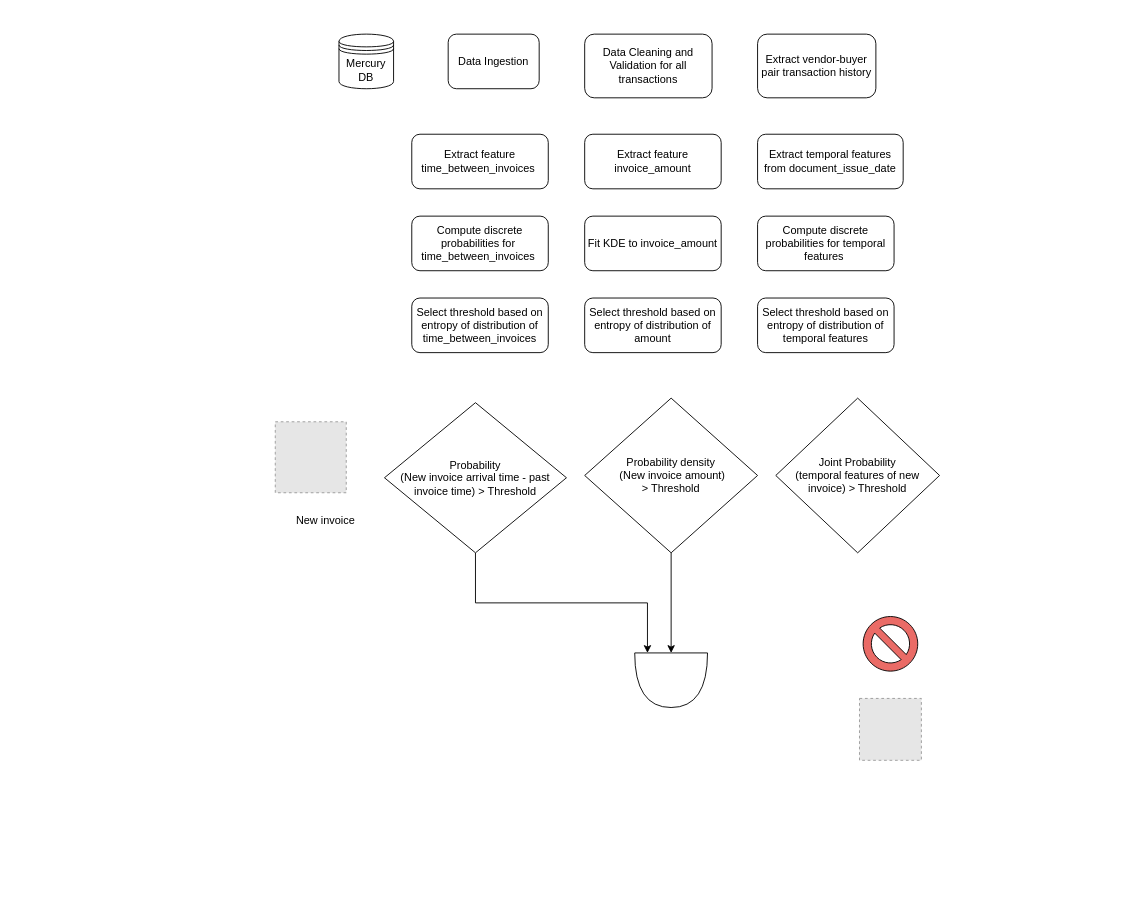
Earlier version of the draw.io diagram Untitled Diagram.drawio (sjster/draw.io). Source tidied: cells renumbered, new cells numbered last; positions are measured from the earlier drawing's top-left corner, leaving out a move shared by most shapes. Both pictures are drawn from the tidied source at 91%, with x=0, y=0 at pixel (275, 34). Pictures stored in the file or linked from it are replaced by grey dashed boxes.
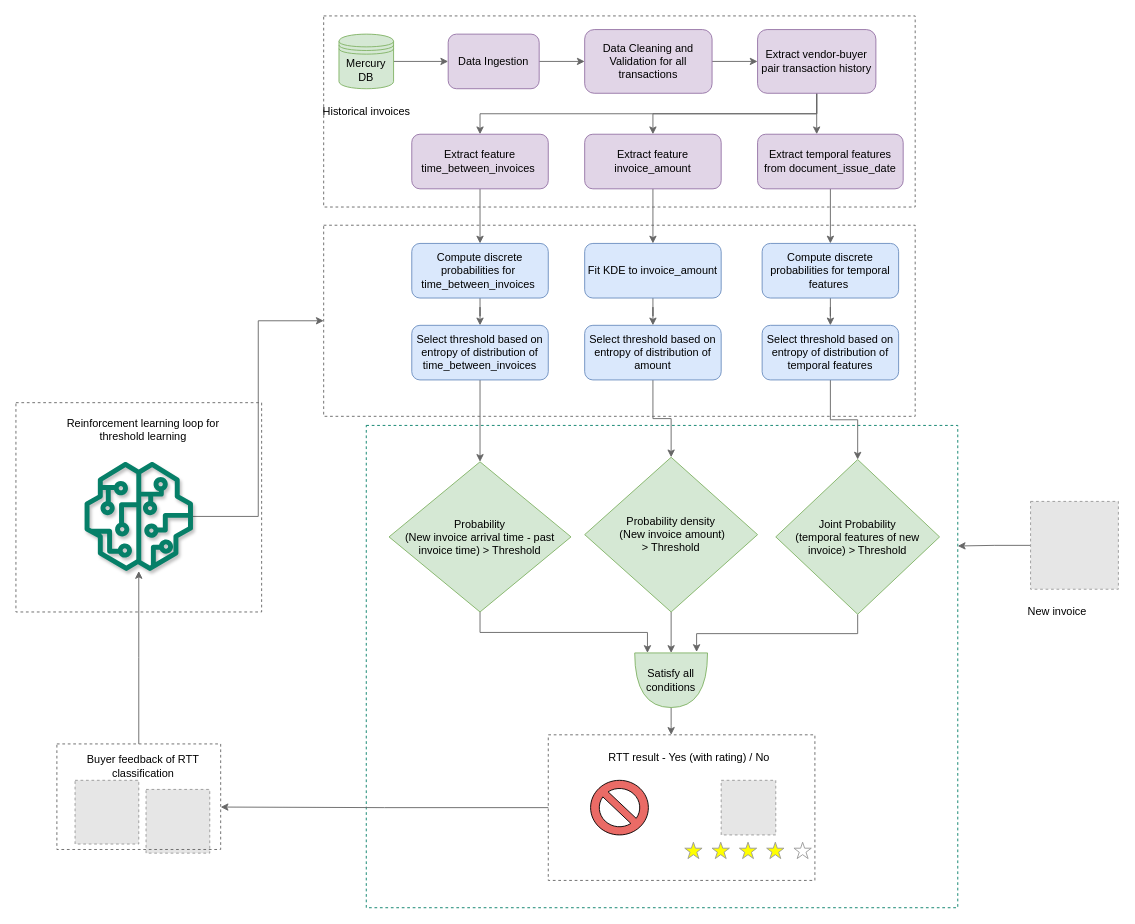
Above is the later version.

Change to the diagram source:
```diff
@@
+    <mxCell id="26" style="rounded=0;whiteSpace=wrap;html=1;dashed=1;labelBackgroundColor=none;strokeWidth=1;fillColor=none;strokeColor=#666666;" parent="1" vertex="1">
+      <mxGeometry x="53.2" y="-20" width="650" height="210" as="geometry" />
+    </mxCell>
+    <mxCell id="27" style="rounded=0;whiteSpace=wrap;html=1;dashed=1;labelBackgroundColor=none;strokeWidth=1;fillColor=none;strokeColor=#067F68;" parent="1" vertex="1">
+      <mxGeometry x="100" y="430" width="650" height="530" as="geometry" />
+    </mxCell>
+    <mxCell id="28" style="edgeStyle=orthogonalEdgeStyle;rounded=0;jettySize=auto;html=1;entryX=1;entryY=0.598;entryDx=0;entryDy=0;entryPerimeter=0;strokeColor=#666666;fontColor=#000000;" parent="1" edge="1" source="29" target="53">
+      <mxGeometry relative="1" as="geometry" />
+    </mxCell>
+    <mxCell id="29" style="rounded=0;whiteSpace=wrap;html=1;dashed=1;labelBackgroundColor=none;strokeWidth=1;fillColor=none;strokeColor=#666666;align=left;" parent="1" vertex="1">
+      <mxGeometry x="300" y="770" width="293" height="160" as="geometry" />
+    </mxCell>
+    <mxCell id="30" style="rounded=0;whiteSpace=wrap;html=1;dashed=1;labelBackgroundColor=none;strokeWidth=1;fillColor=none;strokeColor=#666666;" parent="1" vertex="1">
+      <mxGeometry x="53.2" y="210" width="650" height="210" as="geometry" />
+    </mxCell>
+    <mxCell id="31" style="edgeStyle=orthogonalEdgeStyle;rounded=0;jettySize=auto;html=1;entryX=0;entryY=0.5;entryDx=0;entryDy=0;strokeColor=#666666;fontColor=#000000;" parent="1" edge="1" source="2" target="4">
+      <mxGeometry relative="1" as="geometry" />
+    </mxCell>
-    <mxCell id="2" value="Data Ingestion" style="rounded=1;whiteSpace=wrap;html=1;" parent="1" vertex="1">
+    <mxCell id="2" value="Data Ingestion" style="rounded=1;whiteSpace=wrap;html=1;fillColor=#e1d5e7;strokeColor=#9673a6;" parent="1" vertex="1">
       <mxGeometry x="190" width="100" height="60" as="geometry" />
     </mxCell>
+    <mxCell id="32" style="edgeStyle=orthogonalEdgeStyle;rounded=0;jettySize=auto;html=1;strokeColor=#666666;fontColor=#000000;" parent="1" edge="1" source="3" target="2">
+      <mxGeometry relative="1" as="geometry" />
+    </mxCell>
-    <mxCell id="3" value="Mercury DB" style="shape=datastore;whiteSpace=wrap;html=1;" parent="1" vertex="1">
+    <mxCell id="3" value="Mercury DB" style="shape=datastore;whiteSpace=wrap;html=1;fillColor=#d5e8d4;strokeColor=#82b366;" parent="1" vertex="1">
       <mxGeometry x="70" width="60" height="60" as="geometry" />
     </mxCell>
+    <mxCell id="33" style="edgeStyle=orthogonalEdgeStyle;rounded=0;jettySize=auto;html=1;entryX=0;entryY=0.5;entryDx=0;entryDy=0;strokeColor=#666666;fontColor=#000000;" parent="1" edge="1" source="4" target="5">
+      <mxGeometry relative="1" as="geometry" />
+    </mxCell>
-    <mxCell id="4" value="Data Cleaning and Validation for all transactions" style="rounded=1;whiteSpace=wrap;html=1;" parent="1" vertex="1">
-      <mxGeometry x="340" width="140" height="70" as="geometry" />
+    <mxCell id="4" value="Data Cleaning and Validation for all transactions" style="rounded=1;whiteSpace=wrap;html=1;fillColor=#e1d5e7;strokeColor=#9673a6;" parent="1" vertex="1">
+      <mxGeometry x="340" y="-5" width="140" height="70" as="geometry" />
     </mxCell>
+    <mxCell id="34" style="edgeStyle=orthogonalEdgeStyle;rounded=0;jettySize=auto;html=1;entryX=0.406;entryY=0;entryDx=0;entryDy=0;entryPerimeter=0;strokeColor=#666666;fontColor=#000000;" parent="1" edge="1" source="5" target="7">
+      <mxGeometry relative="1" as="geometry" />
+    </mxCell>
+    <mxCell id="35" style="edgeStyle=orthogonalEdgeStyle;rounded=0;jettySize=auto;html=1;exitX=0.5;exitY=1;exitDx=0;exitDy=0;strokeColor=#666666;fontColor=#000000;" parent="1" edge="1" source="5" target="6">
+      <mxGeometry relative="1" as="geometry" />
+    </mxCell>
+    <mxCell id="36" style="edgeStyle=orthogonalEdgeStyle;rounded=0;jettySize=auto;html=1;exitX=0.5;exitY=1;exitDx=0;exitDy=0;entryX=0.5;entryY=0;entryDx=0;entryDy=0;strokeColor=#666666;fontColor=#000000;" parent="1" edge="1" source="5" target="9">
+      <mxGeometry relative="1" as="geometry" />
+    </mxCell>
-    <mxCell id="5" value="Extract vendor-buyer pair transaction history" style="rounded=1;whiteSpace=wrap;html=1;" parent="1" vertex="1">
-      <mxGeometry x="530" width="130" height="70" as="geometry" />
+    <mxCell id="5" value="Extract vendor-buyer pair transaction history" style="rounded=1;whiteSpace=wrap;html=1;fillColor=#e1d5e7;strokeColor=#9673a6;" parent="1" vertex="1">
+      <mxGeometry x="530" y="-5" width="130" height="70" as="geometry" />
     </mxCell>
+    <mxCell id="37" style="edgeStyle=orthogonalEdgeStyle;rounded=0;jettySize=auto;html=1;entryX=0.5;entryY=0;entryDx=0;entryDy=0;strokeColor=#666666;fontColor=#000000;" parent="1" edge="1" source="6" target="10">
+      <mxGeometry relative="1" as="geometry" />
+    </mxCell>
-    <mxCell id="6" value="Extract feature time_between_invoices&amp;nbsp;" style="rounded=1;whiteSpace=wrap;html=1;" parent="1" vertex="1">
+    <mxCell id="6" value="Extract feature time_between_invoices&amp;nbsp;" style="rounded=1;whiteSpace=wrap;html=1;fillColor=#e1d5e7;strokeColor=#9673a6;" parent="1" vertex="1">
       <mxGeometry x="150" y="110" width="150" height="60" as="geometry" />
     </mxCell>
+    <mxCell id="38" style="edgeStyle=orthogonalEdgeStyle;rounded=0;jettySize=auto;html=1;entryX=0.5;entryY=0;entryDx=0;entryDy=0;strokeColor=#666666;fontColor=#000000;" parent="1" edge="1" source="7" target="11">
+      <mxGeometry relative="1" as="geometry" />
+    </mxCell>
-    <mxCell id="7" value="Extract temporal features from document_issue_date" style="rounded=1;whiteSpace=wrap;html=1;" parent="1" vertex="1">
+    <mxCell id="7" value="Extract temporal features from document_issue_date" style="rounded=1;whiteSpace=wrap;html=1;fillColor=#e1d5e7;strokeColor=#9673a6;" parent="1" vertex="1">
       <mxGeometry x="530" y="110" width="160" height="60" as="geometry" />
     </mxCell>
+    <mxCell id="39" style="edgeStyle=orthogonalEdgeStyle;rounded=0;jettySize=auto;html=1;strokeColor=#666666;fontColor=#000000;" parent="1" edge="1" source="8" target="14">
+      <mxGeometry relative="1" as="geometry" />
+    </mxCell>
-    <mxCell id="8" value="Fit KDE to invoice_amount" style="rounded=1;whiteSpace=wrap;html=1;" parent="1" vertex="1">
-      <mxGeometry x="340" y="200" width="150" height="60" as="geometry" />
+    <mxCell id="8" value="Fit KDE to invoice_amount" style="rounded=1;whiteSpace=wrap;html=1;fillColor=#dae8fc;strokeColor=#6c8ebf;" parent="1" vertex="1">
+      <mxGeometry x="340" y="230" width="150" height="60" as="geometry" />
     </mxCell>
+    <mxCell id="40" style="edgeStyle=orthogonalEdgeStyle;rounded=0;jettySize=auto;html=1;entryX=0.5;entryY=0;entryDx=0;entryDy=0;strokeColor=#666666;fontColor=#000000;" parent="1" edge="1" source="9" target="8">
+      <mxGeometry relative="1" as="geometry" />
+    </mxCell>
-    <mxCell id="9" value="Extract feature invoice_amount" style="rounded=1;whiteSpace=wrap;html=1;" parent="1" vertex="1">
+    <mxCell id="9" value="Extract feature invoice_amount" style="rounded=1;whiteSpace=wrap;html=1;fillColor=#e1d5e7;strokeColor=#9673a6;" parent="1" vertex="1">
       <mxGeometry x="340" y="110" width="150" height="60" as="geometry" />
     </mxCell>
+    <mxCell id="41" style="edgeStyle=orthogonalEdgeStyle;rounded=0;jettySize=auto;html=1;entryX=0.5;entryY=0;entryDx=0;entryDy=0;strokeColor=#666666;fontColor=#000000;" parent="1" edge="1" source="10" target="12">
+      <mxGeometry relative="1" as="geometry" />
+    </mxCell>
-    <mxCell id="10" value="Compute discrete probabilities for&amp;nbsp; time_between_invoices&amp;nbsp;" style="rounded=1;whiteSpace=wrap;html=1;" parent="1" vertex="1">
-      <mxGeometry x="150" y="200" width="150" height="60" as="geometry" />
+    <mxCell id="10" value="Compute discrete probabilities for&amp;nbsp; time_between_invoices&amp;nbsp;" style="rounded=1;whiteSpace=wrap;html=1;fillColor=#dae8fc;strokeColor=#6c8ebf;" parent="1" vertex="1">
+      <mxGeometry x="150" y="230" width="150" height="60" as="geometry" />
     </mxCell>
+    <mxCell id="42" style="edgeStyle=orthogonalEdgeStyle;rounded=0;jettySize=auto;html=1;strokeColor=#666666;fontColor=#000000;" parent="1" edge="1" source="11" target="13">
+      <mxGeometry relative="1" as="geometry" />
+    </mxCell>
-    <mxCell id="11" value="Compute discrete probabilities for temporal features&amp;nbsp;" style="rounded=1;whiteSpace=wrap;html=1;" parent="1" vertex="1">
-      <mxGeometry x="530" y="200" width="150" height="60" as="geometry" />
+    <mxCell id="11" value="Compute discrete probabilities for temporal features&amp;nbsp;" style="rounded=1;whiteSpace=wrap;html=1;fillColor=#dae8fc;strokeColor=#6c8ebf;" parent="1" vertex="1">
+      <mxGeometry x="535" y="230" width="150" height="60" as="geometry" />
     </mxCell>
+    <mxCell id="43" style="edgeStyle=orthogonalEdgeStyle;rounded=0;jettySize=auto;html=1;entryX=0.5;entryY=0;entryDx=0;entryDy=0;strokeColor=#666666;fontColor=#000000;" parent="1" edge="1" source="12" target="16">
+      <mxGeometry relative="1" as="geometry" />
+    </mxCell>
-    <mxCell id="12" value="Select threshold based on entropy of distribution of time_between_invoices" style="rounded=1;whiteSpace=wrap;html=1;" parent="1" vertex="1">
-      <mxGeometry x="150" y="290" width="150" height="60" as="geometry" />
+    <mxCell id="12" value="Select threshold based on entropy of distribution of time_between_invoices" style="rounded=1;whiteSpace=wrap;html=1;fillColor=#dae8fc;strokeColor=#6c8ebf;" parent="1" vertex="1">
+      <mxGeometry x="150" y="320" width="150" height="60" as="geometry" />
     </mxCell>
+    <mxCell id="44" style="edgeStyle=orthogonalEdgeStyle;rounded=0;jettySize=auto;html=1;entryX=0.5;entryY=0;entryDx=0;entryDy=0;strokeColor=#666666;fontColor=#000000;" parent="1" edge="1" source="13" target="17">
+      <mxGeometry relative="1" as="geometry" />
+    </mxCell>
-    <mxCell id="13" value="Select threshold based on entropy of distribution of temporal features" style="rounded=1;whiteSpace=wrap;html=1;" parent="1" vertex="1">
-      <mxGeometry x="530" y="290" width="150" height="60" as="geometry" />
+    <mxCell id="13" value="Select threshold based on entropy of distribution of temporal features" style="rounded=1;whiteSpace=wrap;html=1;fillColor=#dae8fc;strokeColor=#6c8ebf;" parent="1" vertex="1">
+      <mxGeometry x="535" y="320" width="150" height="60" as="geometry" />
     </mxCell>
+    <mxCell id="45" style="edgeStyle=orthogonalEdgeStyle;rounded=0;jettySize=auto;html=1;strokeColor=#666666;fontColor=#000000;" parent="1" edge="1" source="14" target="19">
+      <mxGeometry relative="1" as="geometry" />
+    </mxCell>
-    <mxCell id="14" value="Select threshold based on entropy of distribution of amount" style="rounded=1;whiteSpace=wrap;html=1;" parent="1" vertex="1">
-      <mxGeometry x="340" y="290" width="150" height="60" as="geometry" />
+    <mxCell id="14" value="Select threshold based on entropy of distribution of amount" style="rounded=1;whiteSpace=wrap;html=1;fillColor=#dae8fc;strokeColor=#6c8ebf;" parent="1" vertex="1">
+      <mxGeometry x="340" y="320" width="150" height="60" as="geometry" />
     </mxCell>
-    <mxCell id="15" style="edgeStyle=orthogonalEdgeStyle;rounded=0;jettySize=auto;html=1;exitX=0.5;exitY=1;exitDx=0;exitDy=0;entryX=0;entryY=0.825;entryDx=0;entryDy=0;entryPerimeter=0;" parent="1" edge="1" source="16" target="23">
+    <mxCell id="15" style="edgeStyle=orthogonalEdgeStyle;rounded=0;jettySize=auto;html=1;exitX=0.5;exitY=1;exitDx=0;exitDy=0;entryX=0;entryY=0.825;entryDx=0;entryDy=0;entryPerimeter=0;strokeColor=#666666;" parent="1" edge="1" source="16" target="23">
       <mxGeometry relative="1" as="geometry" />
     </mxCell>
-    <mxCell id="16" value="Probability&lt;br&gt;(New invoice arrival time - past invoice time) &amp;gt; Threshold" style="rhombus;whiteSpace=wrap;html=1;" parent="1" vertex="1">
-      <mxGeometry x="120" y="405" width="200" height="165" as="geometry" />
+    <mxCell id="16" value="Probability&lt;br&gt;(New invoice arrival time - past invoice time) &amp;gt; Threshold" style="rhombus;whiteSpace=wrap;html=1;fillColor=#d5e8d4;strokeColor=#82b366;" parent="1" vertex="1">
+      <mxGeometry x="125" y="470" width="200" height="165" as="geometry" />
     </mxCell>
+    <mxCell id="46" style="edgeStyle=orthogonalEdgeStyle;rounded=0;jettySize=auto;html=1;exitX=0.5;exitY=1;exitDx=0;exitDy=0;entryX=-0.017;entryY=0.15;entryDx=0;entryDy=0;entryPerimeter=0;strokeColor=#666666;" parent="1" edge="1" source="17" target="23">
+      <mxGeometry relative="1" as="geometry" />
+    </mxCell>
-    <mxCell id="17" value="Joint Probability&lt;br&gt;(temporal features of new invoice) &amp;gt; Threshold" style="rhombus;whiteSpace=wrap;html=1;" parent="1" vertex="1">
-      <mxGeometry x="550" y="400" width="180" height="170" as="geometry" />
+    <mxCell id="17" value="Joint Probability&lt;br&gt;(temporal features of new invoice) &amp;gt; Threshold" style="rhombus;whiteSpace=wrap;html=1;fillColor=#d5e8d4;strokeColor=#82b366;" parent="1" vertex="1">
+      <mxGeometry x="550" y="467.5" width="180" height="170" as="geometry" />
     </mxCell>
-    <mxCell id="18" style="edgeStyle=orthogonalEdgeStyle;rounded=0;jettySize=auto;html=1;exitX=0.5;exitY=1;exitDx=0;exitDy=0;entryX=0;entryY=0.5;entryDx=0;entryDy=0;entryPerimeter=0;" parent="1" edge="1" source="19" target="23">
+    <mxCell id="18" style="edgeStyle=orthogonalEdgeStyle;rounded=0;jettySize=auto;html=1;exitX=0.5;exitY=1;exitDx=0;exitDy=0;entryX=0;entryY=0.5;entryDx=0;entryDy=0;entryPerimeter=0;strokeColor=#666666;" parent="1" edge="1" source="19" target="23">
       <mxGeometry relative="1" as="geometry" />
     </mxCell>
-    <mxCell id="19" value="Probability density&lt;br&gt;&amp;nbsp;(New invoice amount) &lt;br&gt;&amp;gt; Threshold" style="rhombus;whiteSpace=wrap;html=1;" parent="1" vertex="1">
-      <mxGeometry x="340" y="400" width="190" height="170" as="geometry" />
+    <mxCell id="19" value="Probability density&lt;br&gt;&amp;nbsp;(New invoice amount) &lt;br&gt;&amp;gt; Threshold" style="rhombus;whiteSpace=wrap;html=1;fillColor=#d5e8d4;strokeColor=#82b366;" parent="1" vertex="1">
+      <mxGeometry x="340" y="465" width="190" height="170" as="geometry" />
     </mxCell>
-    <mxCell id="20" style="fillColor=#E6E6E6;strokeColor=#999999;dashed=1;html=1;verticalAlign=top;verticalLabelPosition=bottom;labelBackgroundColor=#ffffff;" parent="1" vertex="1">
-      <mxGeometry y="426" width="78" height="78" as="geometry" />
-    </mxCell>
     <mxCell id="21" value="New invoice" style="text;html=1;align=center;verticalAlign=middle;strokeColor=none;fillColor=none;" parent="1" vertex="1">
-      <mxGeometry x="10" y="520" width="90" height="30" as="geometry" />
+      <mxGeometry x="814" y="620" width="90" height="30" as="geometry" />
     </mxCell>
@@
+    <mxCell id="47" style="edgeStyle=orthogonalEdgeStyle;rounded=0;jettySize=auto;html=1;entryX=0.461;entryY=0;entryDx=0;entryDy=0;entryPerimeter=0;strokeColor=#666666;fontColor=#000000;" parent="1" edge="1" source="23" target="29">
+      <mxGeometry relative="1" as="geometry" />
+    </mxCell>
-    <mxCell id="23" style="shape=or;whiteSpace=wrap;html=1;direction=south;" parent="1" vertex="1">
+    <mxCell id="23" value="Satisfy all conditions" style="shape=or;whiteSpace=wrap;html=1;direction=south;fillColor=#d5e8d4;strokeColor=#82b366;" parent="1" vertex="1">
       <mxGeometry x="395" y="680" width="80" height="60" as="geometry" />
     </mxCell>
-    <mxCell id="24" style="verticalLabelPosition=bottom;verticalAlign=top;html=1;shape=mxgraph.basic.no_symbol;fillColor=#EA6B66;" parent="1" vertex="1">
-      <mxGeometry x="646" y="640" width="60" height="60" as="geometry" />
-    </mxCell>
     <mxCell id="25" style="fillColor=#E6E6E6;strokeColor=#999999;dashed=1;html=1;verticalAlign=top;verticalLabelPosition=bottom;labelBackgroundColor=#ffffff;" parent="1" vertex="1">
-      <mxGeometry x="642" y="730" width="68" height="68" as="geometry" />
+      <mxGeometry x="490" y="820" width="60" height="60" as="geometry" />
     </mxCell>
+    <mxCell id="48" style="verticalLabelPosition=bottom;verticalAlign=top;html=1;shape=mxgraph.basic.no_symbol;fillColor=#EA6B66;" parent="1" vertex="1">
+      <mxGeometry x="346.5" y="820" width="63.5" height="60" as="geometry" />
+    </mxCell>
+    <mxCell id="49" style="verticalLabelPosition=bottom;shadow=0;dashed=0;align=center;html=1;verticalAlign=top;strokeWidth=1;shape=mxgraph.mockup.misc.rating;strokeColor=#999999;fillColor=#ffff00;emptyFillColor=#ffffff;grade=4;ratingScale=5;ratingStyle=star;" parent="1" vertex="1">
+      <mxGeometry x="450" y="888" width="140" height="20" as="geometry" />
+    </mxCell>
+    <mxCell id="50" style="fillColor=#E6E6E6;strokeColor=#999999;dashed=1;html=1;verticalAlign=top;verticalLabelPosition=bottom;labelBackgroundColor=#ffffff;" parent="1" vertex="1">
+      <mxGeometry x="-142" y="830" width="70" height="70" as="geometry" />
+    </mxCell>
+    <mxCell id="51" style="fillColor=#E6E6E6;strokeColor=#999999;dashed=1;html=1;verticalAlign=top;verticalLabelPosition=bottom;labelBackgroundColor=#ffffff;" parent="1" vertex="1">
+      <mxGeometry x="-220" y="820" width="70" height="70" as="geometry" />
+    </mxCell>
+    <mxCell id="52" style="edgeStyle=orthogonalEdgeStyle;rounded=0;jettySize=auto;html=1;exitX=0.5;exitY=0;exitDx=0;exitDy=0;fontColor=#A680B8;strokeColor=#666666;" parent="1" edge="1" source="53" target="55">
+      <mxGeometry relative="1" as="geometry" />
+    </mxCell>
+    <mxCell id="53" style="rounded=0;whiteSpace=wrap;html=1;dashed=1;labelBackgroundColor=none;strokeWidth=1;fillColor=none;strokeColor=#666666;" parent="1" vertex="1">
+      <mxGeometry x="-240" y="780" width="180" height="116" as="geometry" />
+    </mxCell>
+    <mxCell id="54" style="edgeStyle=orthogonalEdgeStyle;rounded=0;jettySize=auto;html=1;entryX=0;entryY=0.5;entryDx=0;entryDy=0;fontColor=#A680B8;strokeColor=#666666;" parent="1" edge="1" source="55" target="30">
+      <mxGeometry relative="1" as="geometry" />
+    </mxCell>
+    <mxCell id="55" style="sketch=0;outlineConnect=0;fontColor=#232F3E;gradientColor=none;fillColor=#067F68;strokeColor=none;dashed=0;verticalLabelPosition=bottom;verticalAlign=top;align=center;html=1;fontSize=12;fontStyle=0;shape=mxgraph.aws4.sagemaker_model;rounded=0;shadow=1;glass=1;labelBackgroundColor=none;strokeWidth=1;" parent="1" vertex="1">
+      <mxGeometry x="-210" y="470" width="120" height="120" as="geometry" />
+    </mxCell>
+    <mxCell id="56" style="edgeStyle=orthogonalEdgeStyle;rounded=0;jettySize=auto;html=1;entryX=1;entryY=0.25;entryDx=0;entryDy=0;strokeColor=#666666;fontColor=#000000;" parent="1" edge="1" source="57" target="27">
+      <mxGeometry relative="1" as="geometry" />
+    </mxCell>
+    <mxCell id="57" style="fillColor=#E6E6E6;strokeColor=#999999;dashed=1;html=1;verticalAlign=top;verticalLabelPosition=bottom;labelBackgroundColor=#ffffff;fontColor=#A680B8;" parent="1" vertex="1">
+      <mxGeometry x="830" y="513.5" width="96.5" height="96.5" as="geometry" />
+    </mxCell>
+    <mxCell id="58" value="&lt;font color=&quot;#000000&quot;&gt;Historical invoices&lt;/font&gt;" style="text;html=1;align=center;verticalAlign=middle;strokeColor=none;fillColor=none;fontColor=#A680B8;rounded=0;shadow=1;glass=1;dashed=1;labelBackgroundColor=none;sketch=1;strokeWidth=1;" parent="1" vertex="1">
+      <mxGeometry x="40" y="70" width="120" height="30" as="geometry" />
+    </mxCell>
+    <mxCell id="59" value="RTT result - Yes (with rating) / No" style="text;html=1;strokeColor=none;fillColor=none;align=center;verticalAlign=middle;whiteSpace=wrap;rounded=0;shadow=1;glass=1;dashed=1;labelBackgroundColor=none;sketch=1;strokeWidth=1;fontColor=#000000;" parent="1" vertex="1">
+      <mxGeometry x="360" y="780" width="190" height="30" as="geometry" />
+    </mxCell>
+    <mxCell id="60" value="Buyer feedback of RTT classification" style="text;html=1;strokeColor=none;fillColor=none;align=center;verticalAlign=middle;whiteSpace=wrap;rounded=0;shadow=1;glass=1;dashed=1;labelBackgroundColor=none;sketch=1;strokeWidth=1;fontColor=#000000;" parent="1" vertex="1">
+      <mxGeometry x="-240" y="790" width="190" height="30" as="geometry" />
+    </mxCell>
+    <mxCell id="61" style="rounded=0;whiteSpace=wrap;html=1;shadow=0;glass=0;dashed=1;labelBackgroundColor=none;strokeColor=#666666;strokeWidth=1;fontColor=#000000;fillColor=none;" parent="1" vertex="1">
+      <mxGeometry x="-285" y="405" width="270" height="230" as="geometry" />
+    </mxCell>
+    <mxCell id="62" value="Reinforcement learning loop for threshold learning" style="text;html=1;strokeColor=none;fillColor=none;align=center;verticalAlign=middle;whiteSpace=wrap;rounded=0;shadow=0;glass=0;dashed=1;labelBackgroundColor=none;sketch=0;strokeWidth=1;fontColor=#000000;" parent="1" vertex="1">
+      <mxGeometry x="-230" y="420" width="170" height="30" as="geometry" />
+    </mxCell>
```
